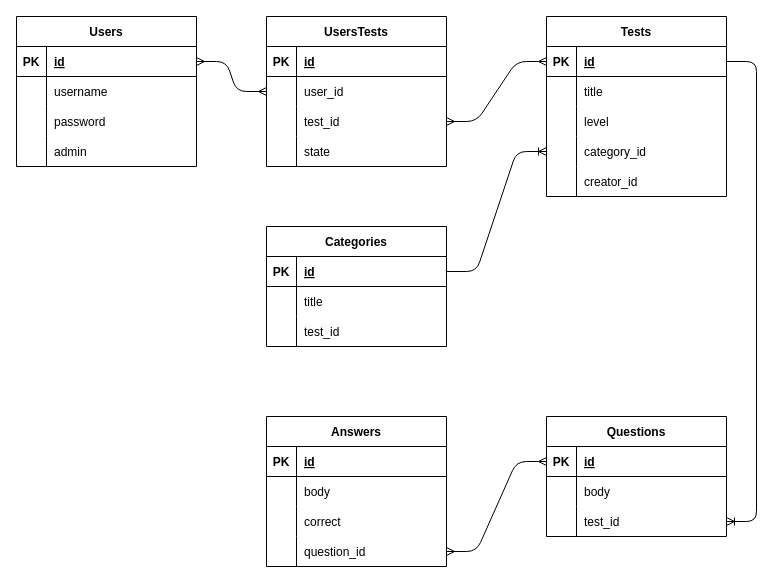
Earlier version of the draw.io diagram non_project_data/ER_diagram_rails.drawio (Kagayakashi/learn_rails). Source tidied: cells renumbered, new cells numbered last; positions are measured from the earlier drawing's top-left corner, leaving out a move shared by most shapes. Both pictures are drawn from the tidied source at 100%, with x=0, y=0 at pixel (16, 16).
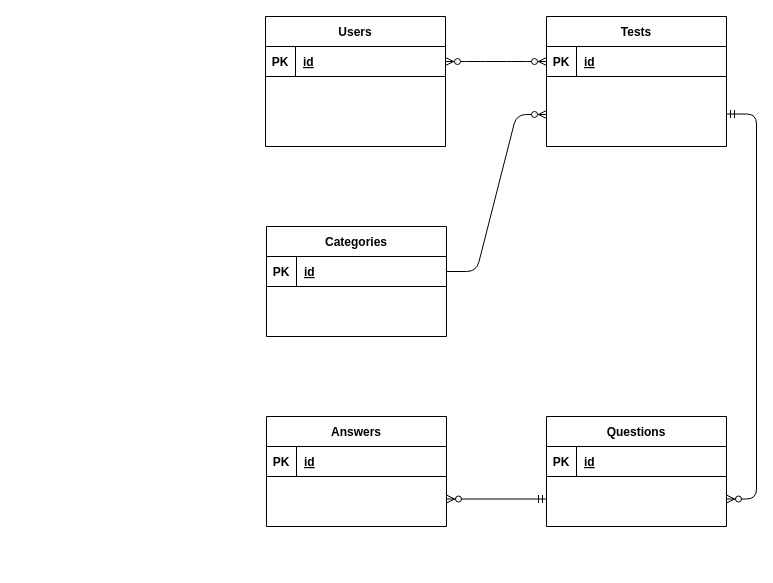
Above is the later version.

Change to the diagram source:
```diff
@@
     <mxCell id="2" value="Categories" style="shape=table;startSize=30;childLayout=tableLayout;rowLines=0;fontStyle=1;align=center;" parent="1" vertex="1">
-      <mxGeometry x="250" y="210" width="180" height="120" as="geometry" />
+      <mxGeometry x="250" y="210" width="180" height="110" as="geometry" />
     </mxCell>
-    <mxCell id="3" style="shape=partialRectangle;fillColor=none;top=0;left=0;bottom=1;right=0;points=[[0,0.5],[1,0.5]];portConstraint=eastwest;" parent="2" vertex="1">
-      <mxGeometry y="30" width="180" height="30" as="geometry" />
-    </mxCell>
-    <mxCell id="4" value="PK" style="shape=partialRectangle;fillColor=none;top=0;left=0;bottom=0;right=0;fontStyle=1;overflow=hidden;" parent="3" vertex="1">
-      <mxGeometry width="30" height="30" as="geometry" />
-    </mxCell>
-    <mxCell id="5" value="id" style="shape=partialRectangle;fillColor=none;top=0;left=0;bottom=0;right=0;align=left;spacingLeft=6;fontStyle=5;overflow=hidden;" parent="3" vertex="1">
-      <mxGeometry x="30" width="150" height="30" as="geometry" />
-    </mxCell>
-    <mxCell id="6" style="shape=partialRectangle;fillColor=none;top=0;left=0;bottom=0;right=0;" parent="2" vertex="1">
-      <mxGeometry y="60" width="180" height="30" as="geometry" />
-    </mxCell>
-    <mxCell id="7" style="shape=partialRectangle;fillColor=none;top=0;left=0;bottom=0;right=0;overflow=hidden;" parent="6" vertex="1">
-      <mxGeometry width="30" height="30" as="geometry" />
-    </mxCell>
-    <mxCell id="8" value="title" style="shape=partialRectangle;fillColor=none;top=0;left=0;bottom=0;right=0;align=left;spacingLeft=6;overflow=hidden;" parent="6" vertex="1">
-      <mxGeometry x="30" width="150" height="30" as="geometry" />
-    </mxCell>
-    <mxCell id="9" style="shape=partialRectangle;fillColor=none;top=0;left=0;bottom=0;right=0;" parent="2" vertex="1">
-      <mxGeometry y="90" width="180" height="30" as="geometry" />
-    </mxCell>
-    <mxCell id="10" style="shape=partialRectangle;fillColor=none;top=0;left=0;bottom=0;right=0;overflow=hidden;" parent="9" vertex="1">
-      <mxGeometry width="30" height="30" as="geometry" />
-    </mxCell>
-    <mxCell id="11" value="test_id" style="shape=partialRectangle;fillColor=none;top=0;left=0;bottom=0;right=0;align=left;spacingLeft=6;overflow=hidden;" parent="9" vertex="1">
-      <mxGeometry x="30" width="150" height="30" as="geometry" />
-    </mxCell>
+    <mxCell id="82" style="shape=partialRectangle;fillColor=none;top=0;left=0;bottom=1;right=0;points=[[0,0.5],[1,0.5]];portConstraint=eastwest;" parent="2" vertex="1">
+      <mxGeometry y="30" width="180" height="30" as="geometry" />
+    </mxCell>
+    <mxCell id="83" value="PK" style="shape=partialRectangle;fillColor=none;top=0;left=0;bottom=0;right=0;fontStyle=1;overflow=hidden;" parent="82" vertex="1">
+      <mxGeometry width="30" height="30" as="geometry" />
+    </mxCell>
+    <mxCell id="84" value="id" style="shape=partialRectangle;fillColor=none;top=0;left=0;bottom=0;right=0;align=left;spacingLeft=6;fontStyle=5;overflow=hidden;" parent="82" vertex="1">
+      <mxGeometry x="30" width="150" height="30" as="geometry" />
+    </mxCell>
     <mxCell id="12" value="Tests" style="shape=table;startSize=30;childLayout=tableLayout;rowLines=0;fontStyle=1;align=center;" parent="1" vertex="1">
-      <mxGeometry x="530" width="180" height="180" as="geometry" />
+      <mxGeometry x="530" width="180" height="130" as="geometry" />
     </mxCell>
-    <mxCell id="13" style="shape=partialRectangle;fillColor=none;top=0;left=0;bottom=1;right=0;points=[[0,0.5],[1,0.5]];portConstraint=eastwest;" parent="12" vertex="1">
-      <mxGeometry y="30" width="180" height="30" as="geometry" />
-    </mxCell>
-    <mxCell id="14" value="PK" style="shape=partialRectangle;fillColor=none;top=0;left=0;bottom=0;right=0;fontStyle=1;overflow=hidden;" parent="13" vertex="1">
-      <mxGeometry width="30" height="30" as="geometry" />
-    </mxCell>
-    <mxCell id="15" value="id" style="shape=partialRectangle;fillColor=none;top=0;left=0;bottom=0;right=0;align=left;spacingLeft=6;fontStyle=5;overflow=hidden;" parent="13" vertex="1">
-      <mxGeometry x="30" width="150" height="30" as="geometry" />
-    </mxCell>
-    <mxCell id="16" style="shape=partialRectangle;fillColor=none;top=0;left=0;bottom=0;right=0;" parent="12" vertex="1">
-      <mxGeometry y="60" width="180" height="30" as="geometry" />
-    </mxCell>
-    <mxCell id="17" style="shape=partialRectangle;fillColor=none;top=0;left=0;bottom=0;right=0;overflow=hidden;" parent="16" vertex="1">
-      <mxGeometry width="30" height="30" as="geometry" />
-    </mxCell>
-    <mxCell id="18" value="title" style="shape=partialRectangle;fillColor=none;top=0;left=0;bottom=0;right=0;align=left;spacingLeft=6;overflow=hidden;" parent="16" vertex="1">
-      <mxGeometry x="30" width="150" height="30" as="geometry" />
-    </mxCell>
-    <mxCell id="19" style="shape=partialRectangle;fillColor=none;top=0;left=0;bottom=0;right=0;" parent="12" vertex="1">
-      <mxGeometry y="90" width="180" height="30" as="geometry" />
-    </mxCell>
-    <mxCell id="20" style="shape=partialRectangle;fillColor=none;top=0;left=0;bottom=0;right=0;overflow=hidden;" parent="19" vertex="1">
-      <mxGeometry width="30" height="30" as="geometry" />
-    </mxCell>
-    <mxCell id="21" value="level" style="shape=partialRectangle;fillColor=none;top=0;left=0;bottom=0;right=0;align=left;spacingLeft=6;overflow=hidden;" parent="19" vertex="1">
-      <mxGeometry x="30" width="150" height="30" as="geometry" />
-    </mxCell>
-    <mxCell id="22" style="shape=partialRectangle;fillColor=none;top=0;left=0;bottom=0;right=0;points=[[0,0.5],[1,0.5]];portConstraint=eastwest;" parent="12" vertex="1">
-      <mxGeometry y="120" width="180" height="30" as="geometry" />
-    </mxCell>
-    <mxCell id="23" style="shape=partialRectangle;fillColor=none;top=0;left=0;bottom=0;right=0;overflow=hidden;" parent="22" vertex="1">
-      <mxGeometry width="30" height="30" as="geometry" />
-    </mxCell>
-    <mxCell id="24" value="category_id" style="shape=partialRectangle;fillColor=none;top=0;left=0;bottom=0;right=0;align=left;spacingLeft=6;overflow=hidden;" parent="22" vertex="1">
-      <mxGeometry x="30" width="150" height="30" as="geometry" />
-    </mxCell>
-    <mxCell id="25" style="shape=partialRectangle;fillColor=none;top=0;left=0;bottom=0;right=0;" parent="12" vertex="1">
-      <mxGeometry y="150" width="180" height="30" as="geometry" />
-    </mxCell>
-    <mxCell id="26" style="shape=partialRectangle;fillColor=none;top=0;left=0;bottom=0;right=0;overflow=hidden;" parent="25" vertex="1">
-      <mxGeometry width="30" height="30" as="geometry" />
-    </mxCell>
-    <mxCell id="27" value="creator_id" style="shape=partialRectangle;fillColor=none;top=0;left=0;bottom=0;right=0;align=left;spacingLeft=6;overflow=hidden;" parent="25" vertex="1">
-      <mxGeometry x="30" width="150" height="30" as="geometry" />
-    </mxCell>
+    <mxCell id="85" style="shape=partialRectangle;fillColor=none;top=0;left=0;bottom=1;right=0;points=[[0,0.5],[1,0.5]];portConstraint=eastwest;" parent="12" vertex="1">
+      <mxGeometry y="30" width="180" height="30" as="geometry" />
+    </mxCell>
+    <mxCell id="86" value="PK" style="shape=partialRectangle;fillColor=none;top=0;left=0;bottom=0;right=0;fontStyle=1;overflow=hidden;" parent="85" vertex="1">
+      <mxGeometry width="30" height="30" as="geometry" />
+    </mxCell>
+    <mxCell id="87" value="id" style="shape=partialRectangle;fillColor=none;top=0;left=0;bottom=0;right=0;align=left;spacingLeft=6;fontStyle=5;overflow=hidden;" parent="85" vertex="1">
+      <mxGeometry x="30" width="150" height="30" as="geometry" />
+    </mxCell>
     <mxCell id="28" value="Users" style="shape=table;startSize=30;childLayout=tableLayout;rowLines=0;fontStyle=1;align=center;" parent="1" vertex="1">
-      <mxGeometry width="180" height="150" as="geometry" />
+      <mxGeometry x="249" width="180" height="130" as="geometry" />
     </mxCell>
-    <mxCell id="29" style="shape=partialRectangle;fillColor=none;top=0;left=0;bottom=1;right=0;points=[[0,0.5],[1,0.5]];portConstraint=eastwest;" parent="28" vertex="1">
-      <mxGeometry y="30" width="180" height="30" as="geometry" />
-    </mxCell>
-    <mxCell id="30" value="PK" style="shape=partialRectangle;fillColor=none;top=0;left=0;bottom=0;right=0;fontStyle=1;overflow=hidden;" parent="29" vertex="1">
-      <mxGeometry width="30" height="30" as="geometry" />
-    </mxCell>
-    <mxCell id="31" value="id" style="shape=partialRectangle;fillColor=none;top=0;left=0;bottom=0;right=0;align=left;spacingLeft=6;fontStyle=5;overflow=hidden;" parent="29" vertex="1">
-      <mxGeometry x="30" width="150" height="30" as="geometry" />
-    </mxCell>
-    <mxCell id="32" style="shape=partialRectangle;fillColor=none;top=0;left=0;bottom=0;right=0;" parent="28" vertex="1">
-      <mxGeometry y="60" width="180" height="30" as="geometry" />
-    </mxCell>
-    <mxCell id="33" style="shape=partialRectangle;fillColor=none;top=0;left=0;bottom=0;right=0;overflow=hidden;" parent="32" vertex="1">
-      <mxGeometry width="30" height="30" as="geometry" />
-    </mxCell>
-    <mxCell id="34" value="username" style="shape=partialRectangle;fillColor=none;top=0;left=0;bottom=0;right=0;align=left;spacingLeft=6;overflow=hidden;" parent="32" vertex="1">
-      <mxGeometry x="30" width="150" height="30" as="geometry" />
-    </mxCell>
-    <mxCell id="35" style="shape=partialRectangle;fillColor=none;top=0;left=0;bottom=0;right=0;" parent="28" vertex="1">
-      <mxGeometry y="90" width="180" height="30" as="geometry" />
-    </mxCell>
-    <mxCell id="36" style="shape=partialRectangle;fillColor=none;top=0;left=0;bottom=0;right=0;overflow=hidden;" parent="35" vertex="1">
-      <mxGeometry width="30" height="30" as="geometry" />
-    </mxCell>
-    <mxCell id="37" value="password" style="shape=partialRectangle;fillColor=none;top=0;left=0;bottom=0;right=0;align=left;spacingLeft=6;overflow=hidden;" parent="35" vertex="1">
-      <mxGeometry x="30" width="150" height="30" as="geometry" />
-    </mxCell>
-    <mxCell id="38" style="shape=partialRectangle;fillColor=none;top=0;left=0;bottom=0;right=0;" parent="28" vertex="1">
-      <mxGeometry y="120" width="180" height="30" as="geometry" />
-    </mxCell>
-    <mxCell id="39" style="shape=partialRectangle;fillColor=none;top=0;left=0;bottom=0;right=0;overflow=hidden;" parent="38" vertex="1">
-      <mxGeometry width="30" height="30" as="geometry" />
-    </mxCell>
-    <mxCell id="40" value="admin" style="shape=partialRectangle;fillColor=none;top=0;left=0;bottom=0;right=0;align=left;spacingLeft=6;overflow=hidden;" parent="38" vertex="1">
-      <mxGeometry x="30" width="150" height="30" as="geometry" />
-    </mxCell>
+    <mxCell id="88" style="shape=partialRectangle;fillColor=none;top=0;left=0;bottom=1;right=0;points=[[0,0.5],[1,0.5]];portConstraint=eastwest;" parent="28" vertex="1">
+      <mxGeometry y="30" width="180" height="30" as="geometry" />
+    </mxCell>
+    <mxCell id="89" value="PK" style="shape=partialRectangle;fillColor=none;top=0;left=0;bottom=0;right=0;fontStyle=1;overflow=hidden;" parent="88" vertex="1">
+      <mxGeometry width="30" height="30" as="geometry" />
+    </mxCell>
+    <mxCell id="90" value="id" style="shape=partialRectangle;fillColor=none;top=0;left=0;bottom=0;right=0;align=left;spacingLeft=6;fontStyle=5;overflow=hidden;" parent="88" vertex="1">
+      <mxGeometry x="30" width="150" height="30" as="geometry" />
+    </mxCell>
     <mxCell id="41" value="Questions" style="shape=table;startSize=30;childLayout=tableLayout;rowLines=0;fontStyle=1;align=center;" parent="1" vertex="1">
-      <mxGeometry x="530" y="400" width="180" height="120" as="geometry" />
+      <mxGeometry x="530" y="400" width="180" height="110" as="geometry" />
     </mxCell>
-    <mxCell id="42" style="shape=partialRectangle;fillColor=none;top=0;left=0;bottom=1;right=0;points=[[0,0.5],[1,0.5]];portConstraint=eastwest;" parent="41" vertex="1">
-      <mxGeometry y="30" width="180" height="30" as="geometry" />
-    </mxCell>
-    <mxCell id="43" value="PK" style="shape=partialRectangle;fillColor=none;top=0;left=0;bottom=0;right=0;fontStyle=1;overflow=hidden;" parent="42" vertex="1">
-      <mxGeometry width="30" height="30" as="geometry" />
-    </mxCell>
-    <mxCell id="44" value="id" style="shape=partialRectangle;fillColor=none;top=0;left=0;bottom=0;right=0;align=left;spacingLeft=6;fontStyle=5;overflow=hidden;" parent="42" vertex="1">
-      <mxGeometry x="30" width="150" height="30" as="geometry" />
-    </mxCell>
-    <mxCell id="45" style="shape=partialRectangle;fillColor=none;top=0;left=0;bottom=0;right=0;" parent="41" vertex="1">
-      <mxGeometry y="60" width="180" height="30" as="geometry" />
-    </mxCell>
-    <mxCell id="46" style="shape=partialRectangle;fillColor=none;top=0;left=0;bottom=0;right=0;overflow=hidden;" parent="45" vertex="1">
-      <mxGeometry width="30" height="30" as="geometry" />
-    </mxCell>
-    <mxCell id="47" value="body" style="shape=partialRectangle;fillColor=none;top=0;left=0;bottom=0;right=0;align=left;spacingLeft=6;overflow=hidden;" parent="45" vertex="1">
-      <mxGeometry x="30" width="150" height="30" as="geometry" />
-    </mxCell>
-    <mxCell id="48" style="shape=partialRectangle;fillColor=none;top=0;left=0;bottom=0;right=0;points=[[0,0.5],[1,0.5]];portConstraint=eastwest;" parent="41" vertex="1">
-      <mxGeometry y="90" width="180" height="30" as="geometry" />
-    </mxCell>
-    <mxCell id="49" style="shape=partialRectangle;fillColor=none;top=0;left=0;bottom=0;right=0;overflow=hidden;" parent="48" vertex="1">
-      <mxGeometry width="30" height="30" as="geometry" />
-    </mxCell>
-    <mxCell id="50" value="test_id" style="shape=partialRectangle;fillColor=none;top=0;left=0;bottom=0;right=0;align=left;spacingLeft=6;overflow=hidden;" parent="48" vertex="1">
-      <mxGeometry x="30" width="150" height="30" as="geometry" />
-    </mxCell>
+    <mxCell id="91" style="shape=partialRectangle;fillColor=none;top=0;left=0;bottom=1;right=0;" parent="41" vertex="1">
+      <mxGeometry y="30" width="180" height="30" as="geometry" />
+    </mxCell>
+    <mxCell id="92" value="PK" style="shape=partialRectangle;fillColor=none;top=0;left=0;bottom=0;right=0;fontStyle=1;overflow=hidden;" parent="91" vertex="1">
+      <mxGeometry width="30" height="30" as="geometry" />
+    </mxCell>
+    <mxCell id="93" value="id" style="shape=partialRectangle;fillColor=none;top=0;left=0;bottom=0;right=0;align=left;spacingLeft=6;fontStyle=5;overflow=hidden;" parent="91" vertex="1">
+      <mxGeometry x="30" width="150" height="30" as="geometry" />
+    </mxCell>
     <mxCell id="51" value="Answers" style="shape=table;startSize=30;childLayout=tableLayout;rowLines=0;fontStyle=1;align=center;" parent="1" vertex="1">
-      <mxGeometry x="250" y="400" width="180" height="150" as="geometry" />
+      <mxGeometry x="250" y="400" width="180" height="110" as="geometry" />
     </mxCell>
-    <mxCell id="52" style="shape=partialRectangle;fillColor=none;top=0;left=0;bottom=1;right=0;" parent="51" vertex="1">
-      <mxGeometry y="30" width="180" height="30" as="geometry" />
-    </mxCell>
-    <mxCell id="53" value="PK" style="shape=partialRectangle;fillColor=none;top=0;left=0;bottom=0;right=0;fontStyle=1;overflow=hidden;" parent="52" vertex="1">
-      <mxGeometry width="30" height="30" as="geometry" />
-    </mxCell>
-    <mxCell id="54" value="id" style="shape=partialRectangle;fillColor=none;top=0;left=0;bottom=0;right=0;align=left;spacingLeft=6;fontStyle=5;overflow=hidden;" parent="52" vertex="1">
-      <mxGeometry x="30" width="150" height="30" as="geometry" />
-    </mxCell>
-    <mxCell id="55" style="shape=partialRectangle;fillColor=none;top=0;left=0;bottom=0;right=0;" parent="51" vertex="1">
-      <mxGeometry y="60" width="180" height="30" as="geometry" />
-    </mxCell>
-    <mxCell id="56" style="shape=partialRectangle;fillColor=none;top=0;left=0;bottom=0;right=0;overflow=hidden;" parent="55" vertex="1">
-      <mxGeometry width="30" height="30" as="geometry" />
-    </mxCell>
-    <mxCell id="57" value="body" style="shape=partialRectangle;fillColor=none;top=0;left=0;bottom=0;right=0;align=left;spacingLeft=6;overflow=hidden;" parent="55" vertex="1">
-      <mxGeometry x="30" width="150" height="30" as="geometry" />
-    </mxCell>
-    <mxCell id="58" style="shape=partialRectangle;fillColor=none;top=0;left=0;bottom=0;right=0;" parent="51" vertex="1">
-      <mxGeometry y="90" width="180" height="30" as="geometry" />
-    </mxCell>
-    <mxCell id="59" style="shape=partialRectangle;fillColor=none;top=0;left=0;bottom=0;right=0;overflow=hidden;" parent="58" vertex="1">
-      <mxGeometry width="30" height="30" as="geometry" />
-    </mxCell>
-    <mxCell id="60" value="correct" style="shape=partialRectangle;fillColor=none;top=0;left=0;bottom=0;right=0;align=left;spacingLeft=6;overflow=hidden;" parent="58" vertex="1">
-      <mxGeometry x="30" width="150" height="30" as="geometry" />
-    </mxCell>
-    <mxCell id="61" style="shape=partialRectangle;fillColor=none;top=0;left=0;bottom=0;right=0;points=[[0,0.5],[1,0.5]];portConstraint=eastwest;" parent="51" vertex="1">
-      <mxGeometry y="120" width="180" height="30" as="geometry" />
-    </mxCell>
-    <mxCell id="62" style="shape=partialRectangle;fillColor=none;top=0;left=0;bottom=0;right=0;overflow=hidden;" parent="61" vertex="1">
-      <mxGeometry width="30" height="30" as="geometry" />
-    </mxCell>
-    <mxCell id="63" value="question_id" style="shape=partialRectangle;fillColor=none;top=0;left=0;bottom=0;right=0;align=left;spacingLeft=6;overflow=hidden;" parent="61" vertex="1">
-      <mxGeometry x="30" width="150" height="30" as="geometry" />
-    </mxCell>
-    <mxCell id="64" value="UsersTests" style="shape=table;startSize=30;childLayout=tableLayout;rowLines=0;fontStyle=1;align=center;" parent="1" vertex="1">
-      <mxGeometry x="250" width="180" height="150" as="geometry" />
-    </mxCell>
-    <mxCell id="65" style="shape=partialRectangle;fillColor=none;top=0;left=0;bottom=1;right=0;" parent="64" vertex="1">
-      <mxGeometry y="30" width="180" height="30" as="geometry" />
-    </mxCell>
-    <mxCell id="66" value="PK" style="shape=partialRectangle;fillColor=none;top=0;left=0;bottom=0;right=0;fontStyle=1;overflow=hidden;" parent="65" vertex="1">
-      <mxGeometry width="30" height="30" as="geometry" />
-    </mxCell>
-    <mxCell id="67" value="id" style="shape=partialRectangle;fillColor=none;top=0;left=0;bottom=0;right=0;align=left;spacingLeft=6;fontStyle=5;overflow=hidden;" parent="65" vertex="1">
-      <mxGeometry x="30" width="150" height="30" as="geometry" />
-    </mxCell>
-    <mxCell id="68" style="shape=partialRectangle;fillColor=none;top=0;left=0;bottom=0;right=0;points=[[0,0.5],[1,0.5]];portConstraint=eastwest;" parent="64" vertex="1">
-      <mxGeometry y="60" width="180" height="30" as="geometry" />
-    </mxCell>
-    <mxCell id="69" style="shape=partialRectangle;fillColor=none;top=0;left=0;bottom=0;right=0;overflow=hidden;" parent="68" vertex="1">
-      <mxGeometry width="30" height="30" as="geometry" />
-    </mxCell>
-    <mxCell id="70" value="user_id" style="shape=partialRectangle;fillColor=none;top=0;left=0;bottom=0;right=0;align=left;spacingLeft=6;overflow=hidden;" parent="68" vertex="1">
-      <mxGeometry x="30" width="150" height="30" as="geometry" />
-    </mxCell>
-    <mxCell id="71" style="shape=partialRectangle;fillColor=none;top=0;left=0;bottom=0;right=0;points=[[0,0.5],[1,0.5]];portConstraint=eastwest;" parent="64" vertex="1">
-      <mxGeometry y="90" width="180" height="30" as="geometry" />
-    </mxCell>
-    <mxCell id="72" style="shape=partialRectangle;fillColor=none;top=0;left=0;bottom=0;right=0;overflow=hidden;" parent="71" vertex="1">
-      <mxGeometry width="30" height="30" as="geometry" />
-    </mxCell>
-    <mxCell id="73" value="test_id" style="shape=partialRectangle;fillColor=none;top=0;left=0;bottom=0;right=0;align=left;spacingLeft=6;overflow=hidden;" parent="71" vertex="1">
-      <mxGeometry x="30" width="150" height="30" as="geometry" />
-    </mxCell>
-    <mxCell id="74" style="shape=partialRectangle;fillColor=none;top=0;left=0;bottom=0;right=0;" parent="64" vertex="1">
-      <mxGeometry y="120" width="180" height="30" as="geometry" />
-    </mxCell>
-    <mxCell id="75" style="shape=partialRectangle;fillColor=none;top=0;left=0;bottom=0;right=0;overflow=hidden;" parent="74" vertex="1">
-      <mxGeometry width="30" height="30" as="geometry" />
-    </mxCell>
-    <mxCell id="76" value="state" style="shape=partialRectangle;fillColor=none;top=0;left=0;bottom=0;right=0;align=left;spacingLeft=6;overflow=hidden;" parent="74" vertex="1">
-      <mxGeometry x="30" width="150" height="30" as="geometry" />
-    </mxCell>
-    <mxCell id="77" style="edgeStyle=entityRelationEdgeStyle;fontSize=12;html=1;endArrow=ERmany;startArrow=ERmany;entryX=1;entryY=0.5;entryDx=0;entryDy=0;exitX=0;exitY=0.5;exitDx=0;exitDy=0;" parent="1" edge="1" source="13" target="71">
-      <mxGeometry relative="1" as="geometry" />
-    </mxCell>
-    <mxCell id="78" style="edgeStyle=entityRelationEdgeStyle;fontSize=12;html=1;endArrow=ERmany;startArrow=ERmany;entryX=0;entryY=0.5;entryDx=0;entryDy=0;exitX=1;exitY=0.5;exitDx=0;exitDy=0;" parent="1" edge="1" source="29" target="68">
-      <mxGeometry relative="1" as="geometry" />
-    </mxCell>
-    <mxCell id="79" style="edgeStyle=entityRelationEdgeStyle;fontSize=12;html=1;endArrow=ERoneToMany;exitX=1;exitY=0.5;exitDx=0;exitDy=0;entryX=0;entryY=0.5;entryDx=0;entryDy=0;" parent="1" edge="1" source="3" target="22">
-      <mxGeometry relative="1" as="geometry" />
-    </mxCell>
-    <mxCell id="80" style="edgeStyle=entityRelationEdgeStyle;fontSize=12;html=1;endArrow=ERoneToMany;exitX=1;exitY=0.5;exitDx=0;exitDy=0;entryX=1;entryY=0.5;entryDx=0;entryDy=0;" parent="1" edge="1" source="13" target="48">
-      <mxGeometry relative="1" as="geometry" />
-    </mxCell>
-    <mxCell id="81" style="edgeStyle=entityRelationEdgeStyle;fontSize=12;html=1;endArrow=ERmany;startArrow=ERmany;entryX=0;entryY=0.5;entryDx=0;entryDy=0;exitX=1;exitY=0.5;exitDx=0;exitDy=0;" parent="1" edge="1" source="61" target="42">
-      <mxGeometry relative="1" as="geometry" />
-    </mxCell>
+    <mxCell id="94" style="shape=partialRectangle;fillColor=none;top=0;left=0;bottom=1;right=0;" parent="51" vertex="1">
+      <mxGeometry y="30" width="180" height="30" as="geometry" />
+    </mxCell>
+    <mxCell id="95" value="PK" style="shape=partialRectangle;fillColor=none;top=0;left=0;bottom=0;right=0;fontStyle=1;overflow=hidden;" parent="94" vertex="1">
+      <mxGeometry width="30" height="30" as="geometry" />
+    </mxCell>
+    <mxCell id="96" value="id" style="shape=partialRectangle;fillColor=none;top=0;left=0;bottom=0;right=0;align=left;spacingLeft=6;fontStyle=5;overflow=hidden;" parent="94" vertex="1">
+      <mxGeometry x="30" width="150" height="30" as="geometry" />
+    </mxCell>
+    <mxCell id="97" style="edgeStyle=entityRelationEdgeStyle;fontSize=12;html=1;endArrow=ERzeroToMany;endFill=1;startArrow=ERzeroToMany;exitX=1;exitY=0.5;exitDx=0;exitDy=0;entryX=0;entryY=0.5;entryDx=0;entryDy=0;" parent="1" edge="1" source="88" target="85">
+      <mxGeometry relative="1" as="geometry" />
+    </mxCell>
+    <mxCell id="98" style="edgeStyle=entityRelationEdgeStyle;fontSize=12;html=1;endArrow=ERzeroToMany;endFill=1;exitX=1;exitY=0.5;exitDx=0;exitDy=0;" parent="1" edge="1" source="82">
+      <mxGeometry relative="1" as="geometry">
+        <mxPoint x="530" y="98" as="targetPoint" />
+      </mxGeometry>
+    </mxCell>
+    <mxCell id="99" style="edgeStyle=entityRelationEdgeStyle;fontSize=12;html=1;endArrow=ERzeroToMany;startArrow=ERmandOne;exitX=0;exitY=0.75;exitDx=0;exitDy=0;entryX=1;entryY=0.75;entryDx=0;entryDy=0;" parent="1" edge="1" source="41" target="51">
+      <mxGeometry relative="1" as="geometry" />
+    </mxCell>
+    <mxCell id="100" style="edgeStyle=entityRelationEdgeStyle;fontSize=12;html=1;endArrow=ERzeroToMany;startArrow=ERmandOne;exitX=1;exitY=0.75;exitDx=0;exitDy=0;entryX=1;entryY=0.75;entryDx=0;entryDy=0;" parent="1" edge="1" source="12" target="41">
+      <mxGeometry relative="1" as="geometry" />
+    </mxCell>
```
